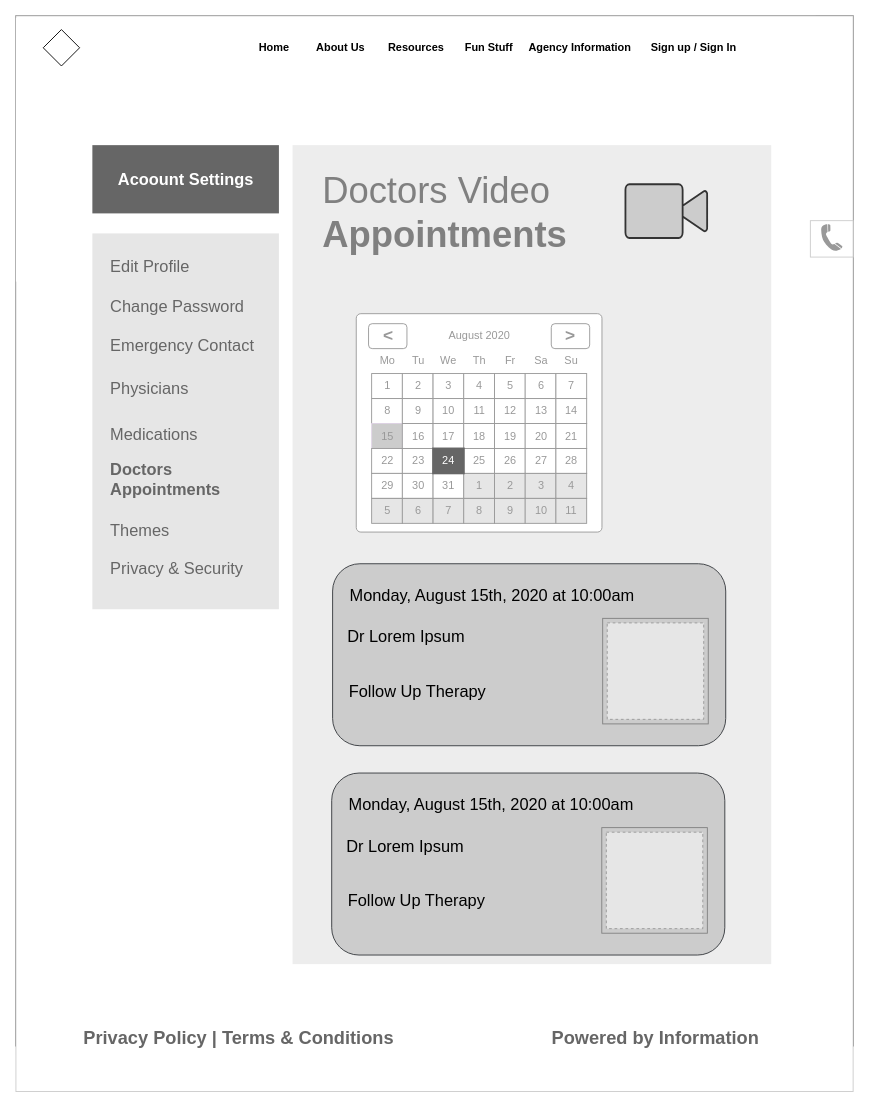
Before: page "Video-appointment-page" (4 of 4) of CreateAcct.drawio in opeyemi-jonah/Ace-challenge, a draw.io diagram. Source tidied: cells renumbered, new cells numbered last; positions are measured from the earlier drawing's top-left corner, leaving out a move shared by most shapes. Both pictures are drawn from the tidied source at 91%, with x=0, y=0 at pixel (15, 15). Pictures stored in the file or linked from it are replaced by grey dashed boxes.
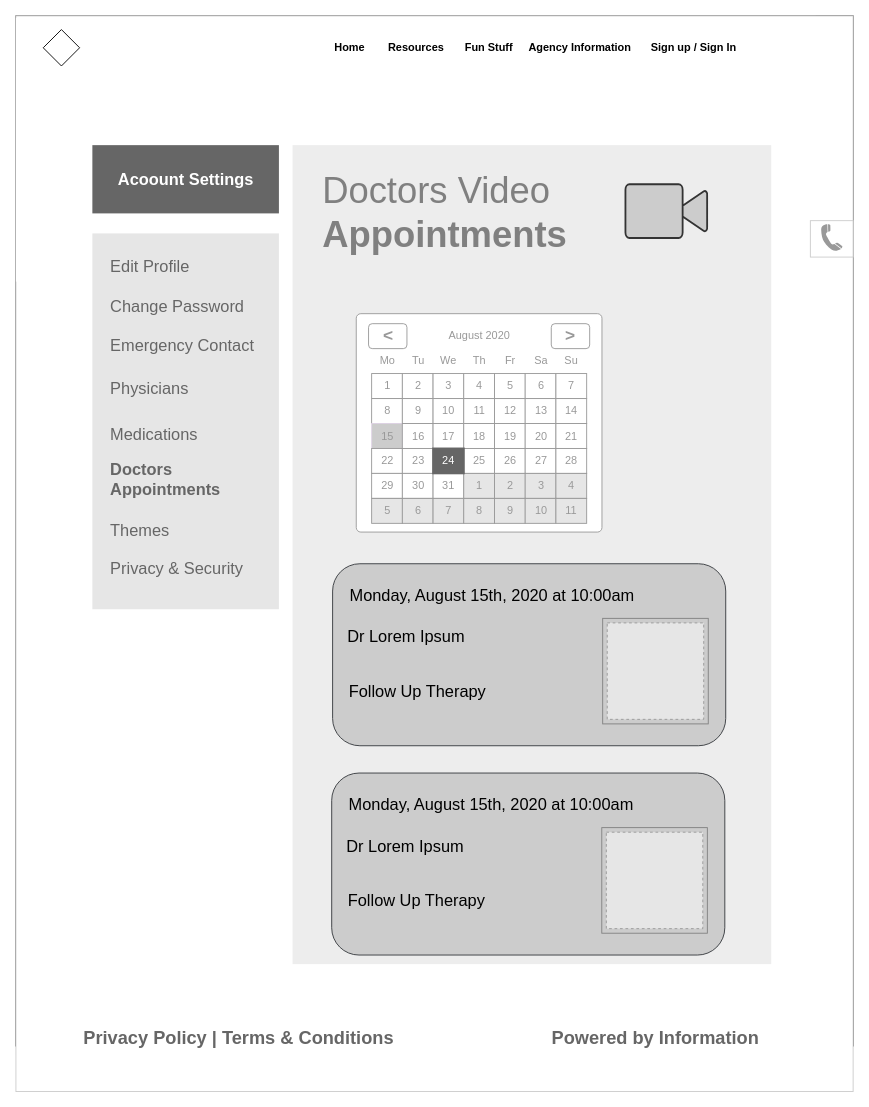
After the change.

Unchanged cells that the change refers to:
```xml
<mxCell id="7" style="group;fontStyle=1;" parent="1" vertex="1">
  <mxGeometry x="310" y="25" width="420" height="20" as="geometry" />
</mxCell>
```

Change to the diagram source:
```diff
@@
-    <mxCell id="8" value="&lt;b&gt;About Us&lt;/b&gt;" style="text;html=1;strokeColor=none;fillColor=none;align=center;verticalAlign=middle;whiteSpace=wrap;rounded=0;" parent="7" vertex="1">
-      <mxGeometry x="17" width="60" height="20" as="geometry" />
-    </mxCell>
@@
     <mxCell id="82" value="&lt;b&gt;Home&lt;/b&gt;" style="text;html=1;strokeColor=none;fillColor=none;align=center;verticalAlign=middle;whiteSpace=wrap;rounded=0;" parent="1" vertex="1">
-      <mxGeometry x="264" y="25" width="40" height="20" as="geometry" />
+      <mxGeometry x="347" y="25" width="40" height="20" as="geometry" />
     </mxCell>
```
